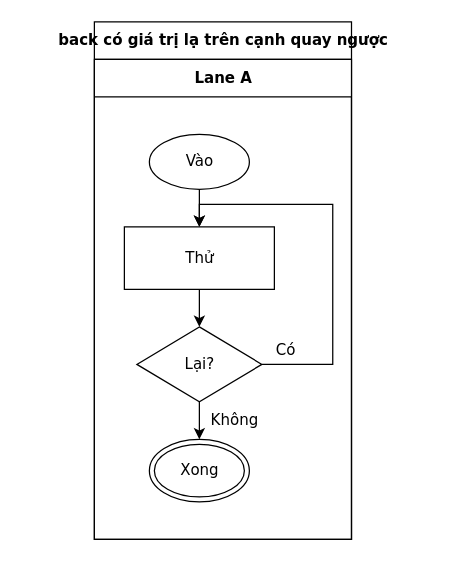
This is conformance/golden/cases/82-warn-back-value.drawio from luytbq/flowcast, a draw.io file, before an edit. Source tidied: cells renumbered, new cells numbered last; positions are measured from the earlier drawing's top-left corner, leaving out a move shared by most shapes. Both pictures are drawn from the tidied source at 125%, with x=0, y=0 at pixel (94, 21).
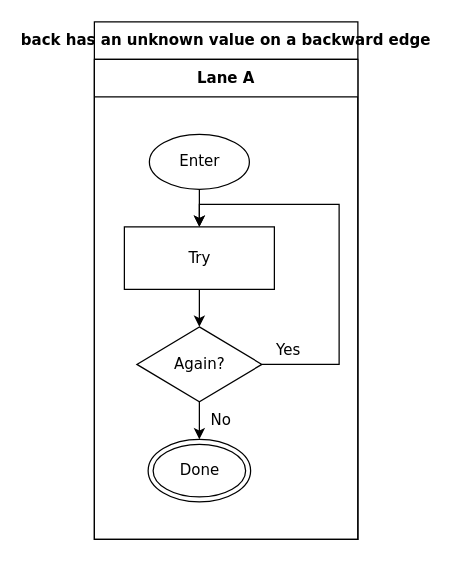
After the change.

What changed in the source:
```diff
@@
 <mxGraphModel>
   <root>
     <mxCell id="0" />
     <mxCell id="1" parent="0" />
-    <mxCell id="2" value="back có giá trị lạ trên cạnh quay ngược" style="swimlane;html=1;startSize=30;fontStyle=1;fontFamily=Verdana;fontSize=12;flowtable=1;" parent="1" vertex="1">
-      <mxGeometry width="205.7" height="414" as="geometry" />
+    <mxCell id="2" value="back has an unknown value on a backward edge" style="swimlane;html=1;startSize=30;fontStyle=1;fontFamily=Verdana;fontSize=12;flowtable=1;" parent="1" vertex="1">
+      <mxGeometry width="210.8" height="414" as="geometry" />
     </mxCell>
     <mxCell id="3" value="Lane A" style="swimlane;html=1;startSize=30;fontFamily=Verdana;fontSize=12;flowtable=1;" parent="2" vertex="1">
-      <mxGeometry y="30" width="205.7" height="384" as="geometry" />
+      <mxGeometry y="30" width="210.8" height="384" as="geometry" />
     </mxCell>
-    <mxCell id="4" value="Vào" style="ellipse;html=1;fontFamily=Verdana;fontSize=12;flowtable=1;" parent="3" vertex="1">
+    <mxCell id="4" value="Enter" style="ellipse;html=1;fontFamily=Verdana;fontSize=12;flowtable=1;" parent="3" vertex="1">
       <mxGeometry x="44" y="60" width="80" height="44" as="geometry" />
     </mxCell>
-    <mxCell id="5" value="Thử" style="rounded=0;html=1;fontFamily=Verdana;fontSize=12;flowtable=1;" parent="3" vertex="1">
+    <mxCell id="5" value="Try" style="rounded=0;html=1;fontFamily=Verdana;fontSize=12;flowtable=1;" parent="3" vertex="1">
       <mxGeometry x="24" y="134" width="120" height="50" as="geometry" />
     </mxCell>
-    <mxCell id="6" value="Lại?" style="rhombus;html=1;fontFamily=Verdana;fontSize=12;flowtable=1;" parent="3" vertex="1">
+    <mxCell id="6" value="Again?" style="rhombus;html=1;fontFamily=Verdana;fontSize=12;flowtable=1;" parent="3" vertex="1">
       <mxGeometry x="34" y="214" width="100" height="60" as="geometry" />
     </mxCell>
-    <mxCell id="7" value="Xong" style="shape=doubleEllipse;html=1;fontFamily=Verdana;fontSize=12;flowtable=1;" parent="3" vertex="1">
-      <mxGeometry x="44" y="304" width="80" height="50" as="geometry" />
+    <mxCell id="7" value="Done" style="shape=doubleEllipse;html=1;fontFamily=Verdana;fontSize=12;flowtable=1;" parent="3" vertex="1">
+      <mxGeometry x="43" y="304" width="82" height="50" as="geometry" />
     </mxCell>
     <mxCell id="8" style="edgeStyle=orthogonalEdgeStyle;rounded=0;jettySize=auto;html=1;labelBackgroundColor=default;exitX=0.5;exitY=1;exitDx=0;exitDy=0;entryX=0.5;entryY=0;entryDx=0;entryDy=0;fontFamily=Verdana;fontSize=12;flowtable=1;" parent="2" edge="1" source="4" target="5">
       <mxGeometry relative="1" as="geometry" />
     </mxCell>
     <mxCell id="9" style="edgeStyle=orthogonalEdgeStyle;rounded=0;jettySize=auto;html=1;labelBackgroundColor=default;exitX=0.5;exitY=1;exitDx=0;exitDy=0;entryX=0.5;entryY=0;entryDx=0;entryDy=0;fontFamily=Verdana;fontSize=12;flowtable=1;" parent="2" edge="1" source="5" target="6">
       <mxGeometry relative="1" as="geometry" />
     </mxCell>
-    <mxCell id="10" value="Có" style="edgeStyle=orthogonalEdgeStyle;rounded=0;jettySize=auto;html=1;labelBackgroundColor=default;exitX=1;exitY=0.5;exitDx=0;exitDy=0;entryX=0.5;entryY=0;entryDx=0;entryDy=0;fontFamily=Verdana;fontSize=12;flowtable=1;" parent="2" edge="1" source="6" target="5">
-      <mxGeometry x="-0.88" relative="1" as="geometry">
+    <mxCell id="10" value="Yes" style="edgeStyle=orthogonalEdgeStyle;rounded=0;jettySize=auto;html=1;labelBackgroundColor=default;exitX=1;exitY=0.5;exitDx=0;exitDy=0;entryX=0.5;entryY=0;entryDx=0;entryDy=0;fontFamily=Verdana;fontSize=12;flowtable=1;" parent="2" edge="1" source="6" target="5">
+      <mxGeometry x="-0.87" relative="1" as="geometry">
         <Array as="points">
-          <mxPoint x="190.7" y="274" />
-          <mxPoint x="190.7" y="146" />
+          <mxPoint x="195.8" y="274" />
+          <mxPoint x="195.8" y="146" />
           <mxPoint x="84" y="146" />
         </Array>
         <mxPoint y="-11.5" as="offset" />
       </mxGeometry>
     </mxCell>
-    <mxCell id="11" value="Không" style="edgeStyle=orthogonalEdgeStyle;rounded=0;jettySize=auto;html=1;labelBackgroundColor=default;exitX=0.5;exitY=1;exitDx=0;exitDy=0;entryX=0.5;entryY=0;entryDx=0;entryDy=0;fontFamily=Verdana;fontSize=12;flowtable=1;" parent="2" edge="1" source="6" target="7">
+    <mxCell id="11" value="No" style="edgeStyle=orthogonalEdgeStyle;rounded=0;jettySize=auto;html=1;labelBackgroundColor=default;exitX=0.5;exitY=1;exitDx=0;exitDy=0;entryX=0.5;entryY=0;entryDx=0;entryDy=0;fontFamily=Verdana;fontSize=12;flowtable=1;" parent="2" edge="1" source="6" target="7">
       <mxGeometry x="-0.03" relative="1" as="geometry">
-        <mxPoint x="28.1" as="offset" />
+        <mxPoint x="17.1" as="offset" />
       </mxGeometry>
     </mxCell>
   </root>
 </mxGraphModel>
```
